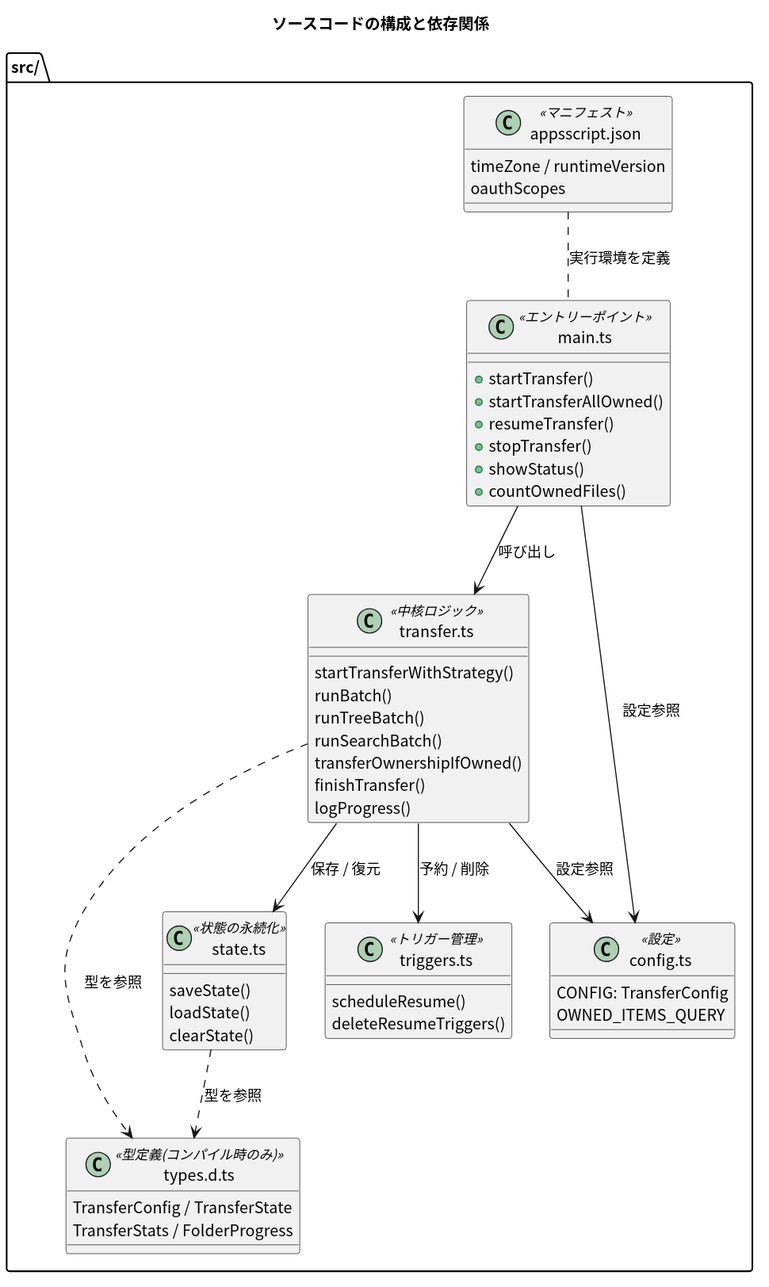
Earlier version of the PlantUML export gas-drive-ownership-transfer-2026-07-11/docs/textbook/images/05_code_structure.svg (pollenjp-org/sandbox).
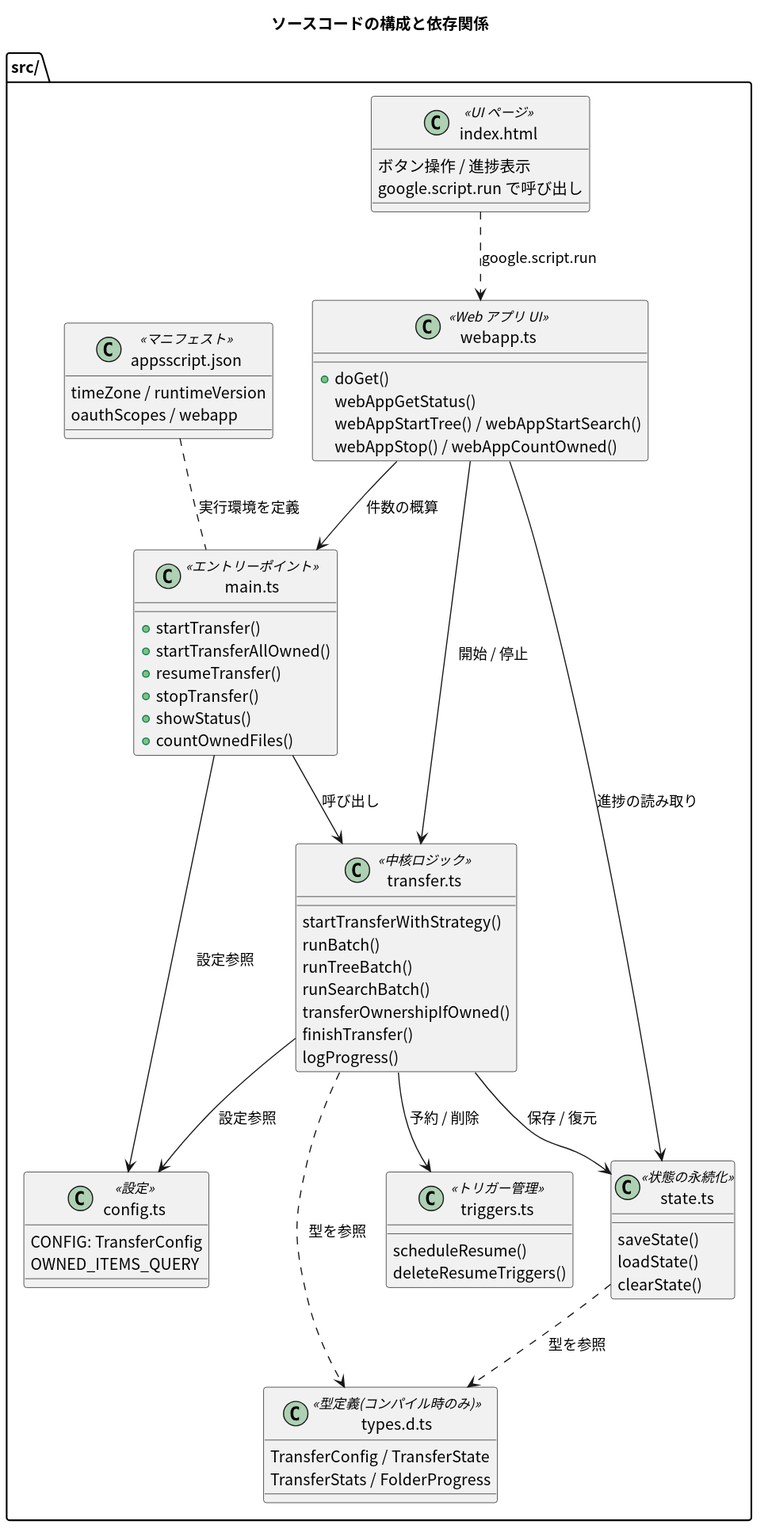
After the change.

Change to the diagram source:
```diff
@@ -38,9 +38,19 @@
     TransferConfig / TransferState
     TransferStats / FolderProgress
   }
+  class "webapp.ts" as webapp <<Web アプリ UI>> {
+    +doGet()
+    webAppGetStatus()
+    webAppStartTree() / webAppStartSearch()
+    webAppStop() / webAppCountOwned()
+  }
+  class "index.html" as html <<UI ページ>> {
+    ボタン操作 / 進捗表示
+    google.script.run で呼び出し
+  }
   class "appsscript.json" as manifest <<マニフェスト>> {
     timeZone / runtimeVersion
-    oauthScopes
+    oauthScopes / webapp
   }
 }
 
@@ -49,6 +59,10 @@
 transfer --> triggers : 予約 / 削除
 transfer --> config : 設定参照
 main --> config : 設定参照
+html ..> webapp : google.script.run
+webapp --> transfer : 開始 / 停止
+webapp --> state : 進捗の読み取り
+webapp --> main : 件数の概算
 state ..> types : 型を参照
 transfer ..> types : 型を参照
 manifest .. main : 実行環境を定義
```
